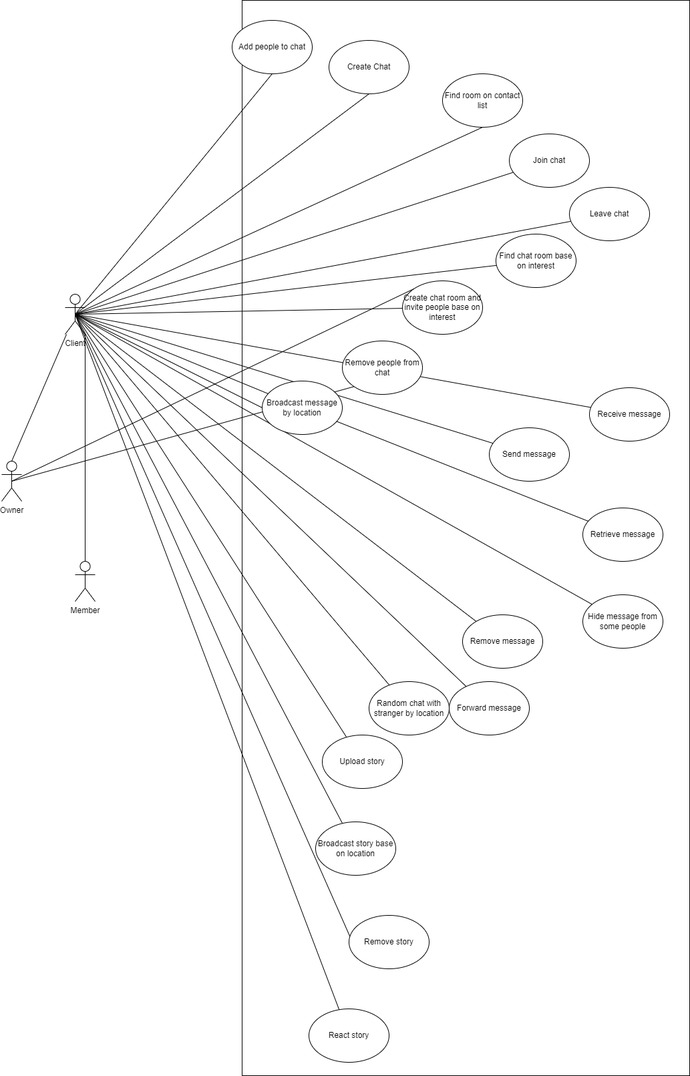
The draw.io diagram Chat-App-Use-Case-renew.drawio.png in longdonguyenhung/microservice-chat-app, before a commit. Source tidied: cells renumbered, new cells last; positions are measured from the earlier drawing's top-left corner, leaving out a move shared by most shapes. The source it was exported from:
```xml
<mxGraphModel>
  <root>
    <mxCell id="0" />
    <mxCell id="1" parent="0" />
    <mxCell id="2" style="rounded=0;whiteSpace=wrap;html=1;" parent="1" vertex="1">
      <mxGeometry x="360" width="670" height="1610" as="geometry" />
    </mxCell>
    <mxCell id="3" style="edgeStyle=none;rounded=0;jettySize=auto;html=1;exitX=0.5;exitY=0.5;exitDx=0;exitDy=0;exitPerimeter=0;entryX=0.5;entryY=1;entryDx=0;entryDy=0;endArrow=none;endFill=0;" parent="1" edge="1" source="22" target="28">
      <mxGeometry relative="1" as="geometry" />
    </mxCell>
    <mxCell id="4" style="edgeStyle=none;rounded=0;jettySize=auto;html=1;exitX=0.5;exitY=0.5;exitDx=0;exitDy=0;exitPerimeter=0;entryX=0.5;entryY=1;entryDx=0;entryDy=0;endArrow=none;endFill=0;" parent="1" edge="1" source="22" target="29">
      <mxGeometry relative="1" as="geometry" />
    </mxCell>
    <mxCell id="5" style="edgeStyle=none;rounded=0;jettySize=auto;html=1;exitX=0.5;exitY=0.5;exitDx=0;exitDy=0;exitPerimeter=0;endArrow=none;endFill=0;" parent="1" edge="1" source="22" target="30">
      <mxGeometry relative="1" as="geometry" />
    </mxCell>
    <mxCell id="6" style="edgeStyle=none;rounded=0;jettySize=auto;html=1;exitX=0.5;exitY=0.5;exitDx=0;exitDy=0;exitPerimeter=0;endArrow=none;endFill=0;" parent="1" edge="1" source="22" target="31">
      <mxGeometry relative="1" as="geometry" />
    </mxCell>
    <mxCell id="7" style="edgeStyle=none;rounded=0;jettySize=auto;html=1;exitX=0.5;exitY=0.5;exitDx=0;exitDy=0;exitPerimeter=0;endArrow=none;endFill=0;" parent="1" edge="1" source="22" target="41">
      <mxGeometry relative="1" as="geometry" />
    </mxCell>
    <mxCell id="8" style="edgeStyle=none;rounded=0;jettySize=auto;html=1;exitX=0.5;exitY=0.5;exitDx=0;exitDy=0;exitPerimeter=0;endArrow=none;endFill=0;" parent="1" edge="1" source="22" target="42">
      <mxGeometry relative="1" as="geometry" />
    </mxCell>
    <mxCell id="9" style="edgeStyle=none;rounded=0;jettySize=auto;html=1;exitX=0.5;exitY=0.5;exitDx=0;exitDy=0;exitPerimeter=0;entryX=0;entryY=0.5;entryDx=0;entryDy=0;endArrow=none;endFill=0;" parent="1" edge="1" source="22" target="48">
      <mxGeometry relative="1" as="geometry" />
    </mxCell>
    <mxCell id="10" style="edgeStyle=none;rounded=0;jettySize=auto;html=1;exitX=0.5;exitY=0.5;exitDx=0;exitDy=0;exitPerimeter=0;endArrow=none;endFill=0;" parent="1" edge="1" source="22" target="34">
      <mxGeometry relative="1" as="geometry" />
    </mxCell>
    <mxCell id="11" style="edgeStyle=none;rounded=0;jettySize=auto;html=1;exitX=0.5;exitY=0.5;exitDx=0;exitDy=0;exitPerimeter=0;endArrow=none;endFill=0;" parent="1" edge="1" source="22" target="35">
      <mxGeometry relative="1" as="geometry" />
    </mxCell>
    <mxCell id="12" style="edgeStyle=none;rounded=0;jettySize=auto;html=1;exitX=0.5;exitY=0.5;exitDx=0;exitDy=0;exitPerimeter=0;endArrow=none;endFill=0;startArrow=none;" parent="1" edge="1" source="48" target="36">
      <mxGeometry relative="1" as="geometry" />
    </mxCell>
    <mxCell id="13" style="edgeStyle=none;rounded=0;jettySize=auto;html=1;exitX=0.5;exitY=0.5;exitDx=0;exitDy=0;exitPerimeter=0;endArrow=none;endFill=0;" parent="1" edge="1" source="22" target="39">
      <mxGeometry relative="1" as="geometry" />
    </mxCell>
    <mxCell id="14" style="edgeStyle=none;rounded=0;jettySize=auto;html=1;exitX=0.5;exitY=0.5;exitDx=0;exitDy=0;exitPerimeter=0;endArrow=none;endFill=0;" parent="1" edge="1" source="22" target="38">
      <mxGeometry relative="1" as="geometry" />
    </mxCell>
    <mxCell id="15" style="edgeStyle=none;rounded=0;jettySize=auto;html=1;exitX=0.5;exitY=0.5;exitDx=0;exitDy=0;exitPerimeter=0;endArrow=none;endFill=0;" parent="1" edge="1" source="22" target="37">
      <mxGeometry relative="1" as="geometry" />
    </mxCell>
    <mxCell id="16" style="edgeStyle=none;rounded=0;jettySize=auto;html=1;exitX=0.5;exitY=0.5;exitDx=0;exitDy=0;exitPerimeter=0;endArrow=none;endFill=0;" parent="1" edge="1" source="22" target="40">
      <mxGeometry relative="1" as="geometry" />
    </mxCell>
    <mxCell id="17" style="edgeStyle=none;rounded=0;jettySize=auto;html=1;exitX=0.5;exitY=0.5;exitDx=0;exitDy=0;exitPerimeter=0;endArrow=none;endFill=0;" parent="1" edge="1" source="22" target="43">
      <mxGeometry relative="1" as="geometry" />
    </mxCell>
    <mxCell id="18" style="edgeStyle=none;rounded=0;jettySize=auto;html=1;exitX=0.5;exitY=0.5;exitDx=0;exitDy=0;exitPerimeter=0;endArrow=none;endFill=0;" parent="1" edge="1" source="22" target="45">
      <mxGeometry relative="1" as="geometry" />
    </mxCell>
    <mxCell id="19" style="edgeStyle=none;rounded=0;jettySize=auto;html=1;exitX=0.5;exitY=0.5;exitDx=0;exitDy=0;exitPerimeter=0;entryX=0;entryY=1;entryDx=0;entryDy=0;endArrow=none;endFill=0;" parent="1" edge="1" source="22" target="44">
      <mxGeometry relative="1" as="geometry" />
    </mxCell>
    <mxCell id="20" style="edgeStyle=none;rounded=0;jettySize=auto;html=1;entryX=0.5;entryY=0;entryDx=0;entryDy=0;entryPerimeter=0;endArrow=none;endFill=0;" parent="1" edge="1" source="22" target="25">
      <mxGeometry relative="1" as="geometry" />
    </mxCell>
    <mxCell id="21" style="edgeStyle=none;rounded=0;jettySize=auto;html=1;exitX=0.5;exitY=0.5;exitDx=0;exitDy=0;exitPerimeter=0;endArrow=none;endFill=0;" parent="1" edge="1" source="22" target="47">
      <mxGeometry relative="1" as="geometry" />
    </mxCell>
    <mxCell id="22" value="Client" style="shape=umlActor;verticalLabelPosition=bottom;verticalAlign=top;html=1;outlineConnect=0;" parent="1" vertex="1">
      <mxGeometry x="95" y="440" width="30" height="60" as="geometry" />
    </mxCell>
    <mxCell id="23" style="edgeStyle=none;rounded=0;jettySize=auto;html=1;exitX=0.5;exitY=0.5;exitDx=0;exitDy=0;exitPerimeter=0;entryX=0;entryY=1;entryDx=0;entryDy=0;endArrow=none;endFill=0;" parent="1" edge="1" source="25" target="33">
      <mxGeometry relative="1" as="geometry" />
    </mxCell>
    <mxCell id="24" style="edgeStyle=none;rounded=0;jettySize=auto;html=1;exitX=0.5;exitY=0.5;exitDx=0;exitDy=0;exitPerimeter=0;entryX=0;entryY=0;entryDx=0;entryDy=0;endArrow=none;endFill=0;" parent="1" edge="1" source="25" target="42">
      <mxGeometry relative="1" as="geometry" />
    </mxCell>
    <mxCell id="25" value="Owner&lt;br&gt;" style="shape=umlActor;verticalLabelPosition=bottom;verticalAlign=top;html=1;outlineConnect=0;" parent="1" vertex="1">
      <mxGeometry y="690" width="30" height="60" as="geometry" />
    </mxCell>
    <mxCell id="26" style="edgeStyle=none;rounded=0;jettySize=auto;html=1;exitX=0.5;exitY=0;exitDx=0;exitDy=0;exitPerimeter=0;endArrow=none;endFill=0;entryX=1;entryY=1;entryDx=0;entryDy=0;entryPerimeter=0;" parent="1" edge="1" source="27" target="22">
      <mxGeometry relative="1" as="geometry" />
    </mxCell>
    <mxCell id="27" value="Member&lt;br&gt;" style="shape=umlActor;verticalLabelPosition=bottom;verticalAlign=top;html=1;outlineConnect=0;" parent="1" vertex="1">
      <mxGeometry x="110" y="840" width="30" height="60" as="geometry" />
    </mxCell>
    <mxCell id="28" value="Create Chat" style="ellipse;whiteSpace=wrap;html=1;" parent="1" vertex="1">
      <mxGeometry x="490" y="60" width="120" height="80" as="geometry" />
    </mxCell>
    <mxCell id="29" value="Find room on contact list" style="ellipse;whiteSpace=wrap;html=1;" parent="1" vertex="1">
      <mxGeometry x="660" y="110" width="120" height="80" as="geometry" />
    </mxCell>
    <mxCell id="30" value="Join chat" style="ellipse;whiteSpace=wrap;html=1;" parent="1" vertex="1">
      <mxGeometry x="760" y="200" width="120" height="80" as="geometry" />
    </mxCell>
    <mxCell id="31" value="Leave chat" style="ellipse;whiteSpace=wrap;html=1;" parent="1" vertex="1">
      <mxGeometry x="850" y="280" width="120" height="80" as="geometry" />
    </mxCell>
    <mxCell id="32" value="Add people to chat" style="ellipse;whiteSpace=wrap;html=1;" parent="1" vertex="1">
      <mxGeometry x="345" y="30" width="120" height="80" as="geometry" />
    </mxCell>
    <mxCell id="33" value="Remove people from chat" style="ellipse;whiteSpace=wrap;html=1;" parent="1" vertex="1">
      <mxGeometry x="510" y="510" width="120" height="80" as="geometry" />
    </mxCell>
    <mxCell id="34" value="Send message" style="ellipse;whiteSpace=wrap;html=1;" parent="1" vertex="1">
      <mxGeometry x="730" y="640" width="120" height="80" as="geometry" />
    </mxCell>
    <mxCell id="35" value="Receive message" style="ellipse;whiteSpace=wrap;html=1;" parent="1" vertex="1">
      <mxGeometry x="880" y="580" width="120" height="80" as="geometry" />
    </mxCell>
    <mxCell id="36" value="Retrieve message" style="ellipse;whiteSpace=wrap;html=1;" parent="1" vertex="1">
      <mxGeometry x="870" y="760" width="120" height="80" as="geometry" />
    </mxCell>
    <mxCell id="37" value="Forward message" style="ellipse;whiteSpace=wrap;html=1;" parent="1" vertex="1">
      <mxGeometry x="670" y="1020" width="120" height="80" as="geometry" />
    </mxCell>
    <mxCell id="38" value="Remove message" style="ellipse;whiteSpace=wrap;html=1;" parent="1" vertex="1">
      <mxGeometry x="690" y="920" width="120" height="80" as="geometry" />
    </mxCell>
    <mxCell id="39" value="Hide message from some people" style="ellipse;whiteSpace=wrap;html=1;" parent="1" vertex="1">
      <mxGeometry x="870" y="890" width="120" height="80" as="geometry" />
    </mxCell>
    <mxCell id="40" value="Random chat with stranger by location" style="ellipse;whiteSpace=wrap;html=1;" parent="1" vertex="1">
      <mxGeometry x="550" y="1020" width="120" height="80" as="geometry" />
    </mxCell>
    <mxCell id="41" value="Find chat room base on interest" style="ellipse;whiteSpace=wrap;html=1;" parent="1" vertex="1">
      <mxGeometry x="740" y="350" width="120" height="80" as="geometry" />
    </mxCell>
    <mxCell id="42" value="Create chat room and invite people base on interest" style="ellipse;whiteSpace=wrap;html=1;" parent="1" vertex="1">
      <mxGeometry x="600" y="420" width="120" height="80" as="geometry" />
    </mxCell>
    <mxCell id="43" value="Upload story" style="ellipse;whiteSpace=wrap;html=1;" parent="1" vertex="1">
      <mxGeometry x="480" y="1100" width="120" height="80" as="geometry" />
    </mxCell>
    <mxCell id="44" value="Remove story" style="ellipse;whiteSpace=wrap;html=1;" parent="1" vertex="1">
      <mxGeometry x="520" y="1370" width="120" height="80" as="geometry" />
    </mxCell>
    <mxCell id="45" value="Broadcast story base on location" style="ellipse;whiteSpace=wrap;html=1;" parent="1" vertex="1">
      <mxGeometry x="470" y="1230" width="120" height="80" as="geometry" />
    </mxCell>
    <mxCell id="46" style="edgeStyle=none;rounded=0;jettySize=auto;html=1;exitX=0.5;exitY=0.5;exitDx=0;exitDy=0;exitPerimeter=0;entryX=0.5;entryY=1;entryDx=0;entryDy=0;endArrow=none;endFill=0;" parent="1" edge="1" source="22" target="32">
      <mxGeometry relative="1" as="geometry" />
    </mxCell>
    <mxCell id="47" value="React story&lt;br&gt;" style="ellipse;whiteSpace=wrap;html=1;" parent="1" vertex="1">
      <mxGeometry x="460" y="1510" width="120" height="80" as="geometry" />
    </mxCell>
    <mxCell id="48" value="Broadcast message&lt;br&gt;by location" style="ellipse;whiteSpace=wrap;html=1;" parent="1" vertex="1">
      <mxGeometry x="390" y="570" width="120" height="80" as="geometry" />
    </mxCell>
    <mxCell id="49" style="edgeStyle=none;rounded=0;jettySize=auto;html=1;exitX=0.5;exitY=0.5;exitDx=0;exitDy=0;exitPerimeter=0;endArrow=none;endFill=0;" parent="1" edge="1" source="22" target="48">
      <mxGeometry relative="1" as="geometry" />
    </mxCell>
  </root>
</mxGraphModel>
```
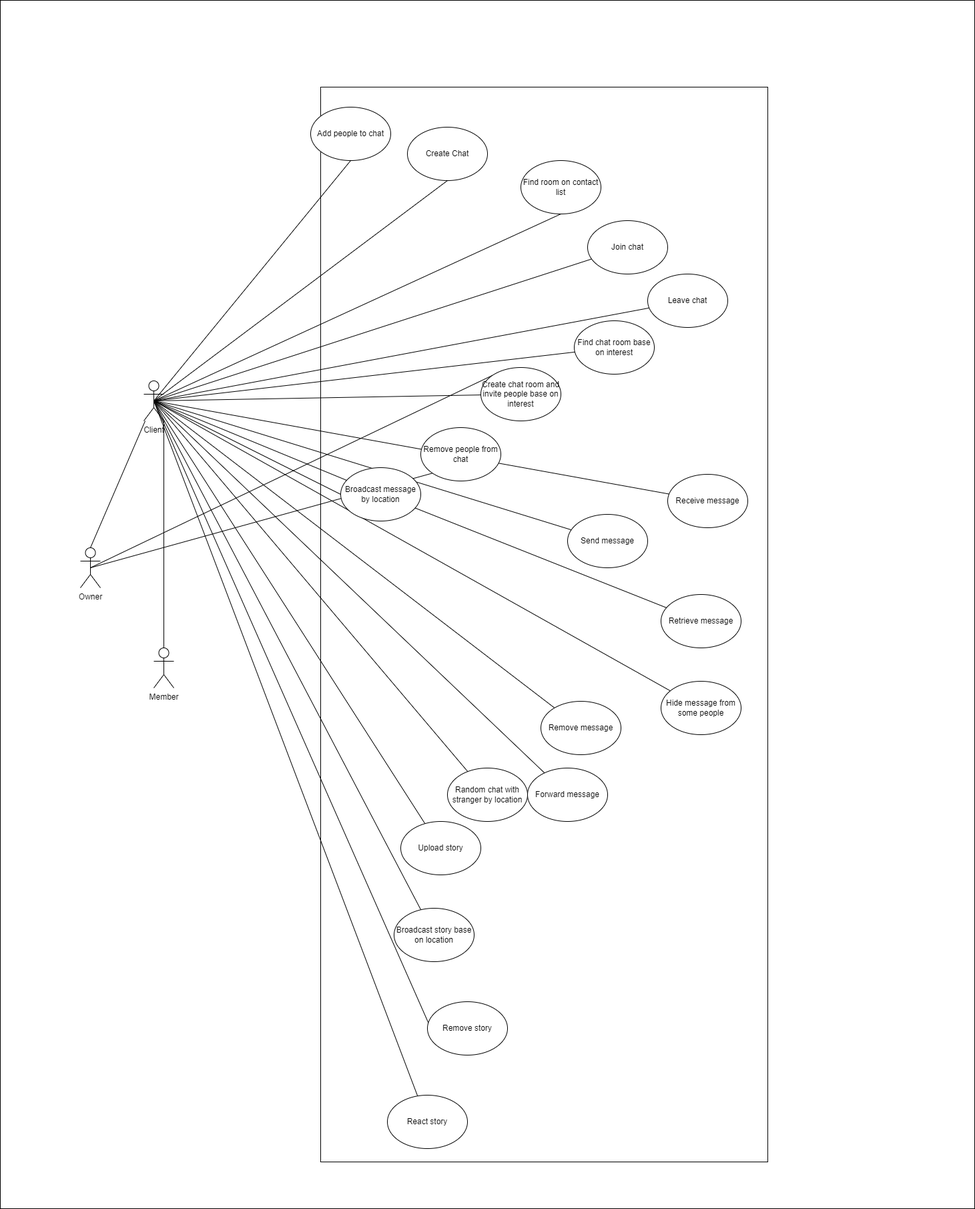
The same file after the commit.

The edit, as a diff of the source:
```diff
@@ -2,6 +2,9 @@
   <root>
     <mxCell id="0" />
     <mxCell id="1" parent="0" />
+    <mxCell id="50" style="rounded=0;whiteSpace=wrap;html=1;" parent="1" vertex="1">
+      <mxGeometry x="-120" y="-130" width="1460" height="1810" as="geometry" />
+    </mxCell>
     <mxCell id="2" style="rounded=0;whiteSpace=wrap;html=1;" parent="1" vertex="1">
       <mxGeometry x="360" width="670" height="1610" as="geometry" />
     </mxCell>
```
